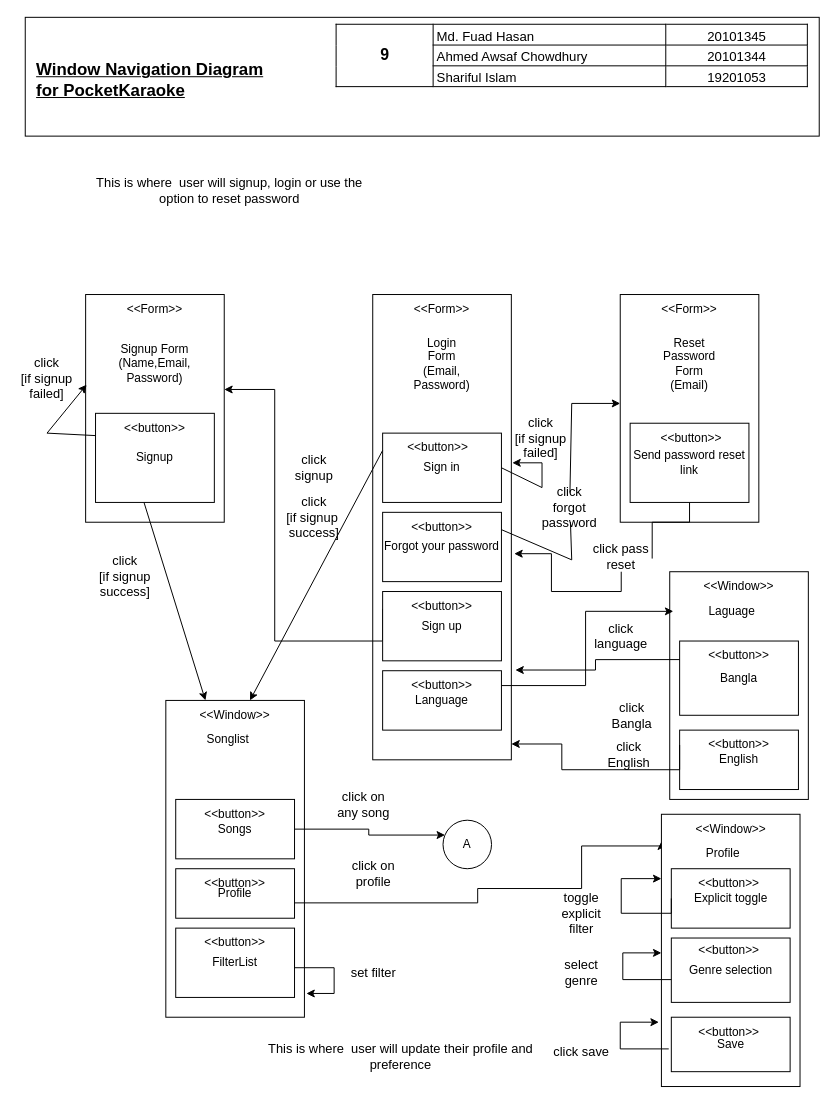
Earlier version of the draw.io diagram page "Page-1" (1 of 2) of System Analysis/PocketKaraoke Window Navigation Diagram.drawio (AwsafChowdhury/PocketKaraoke). Source tidied: cells renumbered, new cells numbered last; positions are measured from the earlier drawing's top-left corner, leaving out a move shared by most shapes. Both pictures are drawn from the tidied source at 99%, with x=0, y=0 at pixel (17, 17).
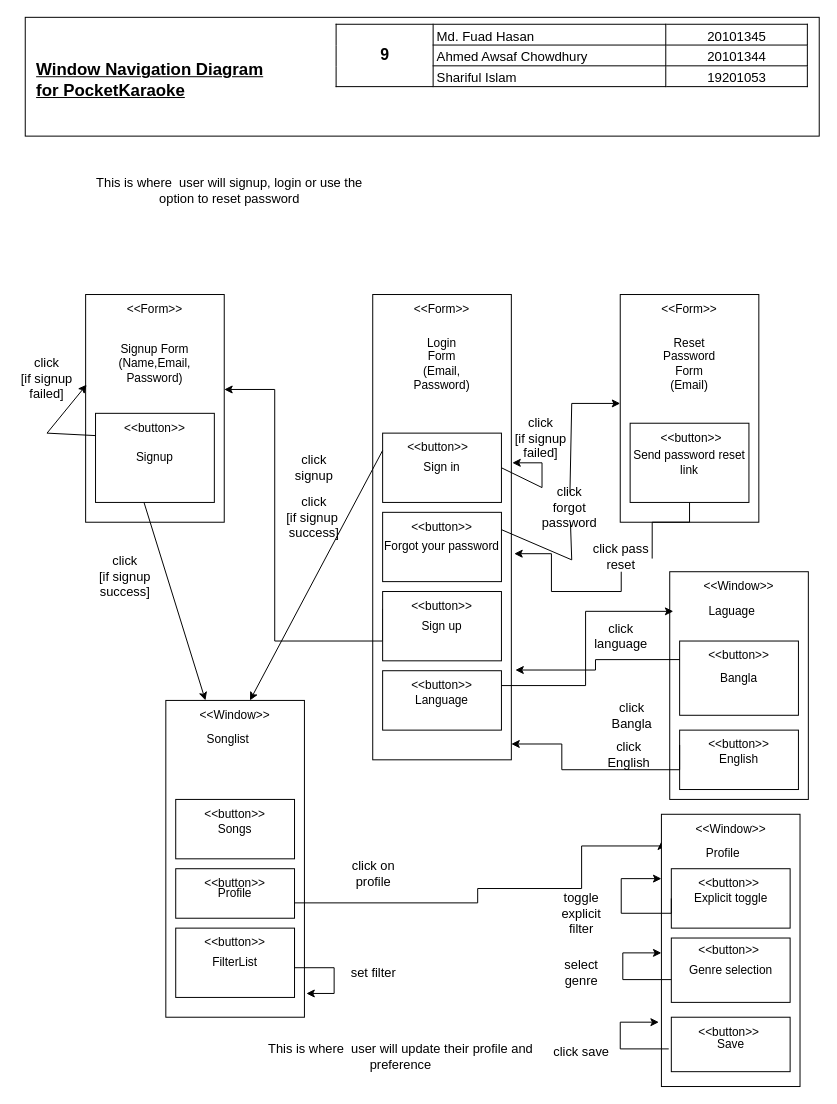
Above is the later version.

Unchanged cells that the change refers to:
```xml
<mxCell id="32" value="Songs" style="rounded=0;whiteSpace=wrap;html=1;" parent="1" vertex="1">
  <mxGeometry x="160" y="790" width="120" height="60" as="geometry" />
</mxCell>
```

The edit, as a diff of the source:
```diff
@@
-    <mxCell id="37" style="edgeStyle=orthogonalEdgeStyle;rounded=0;jettySize=auto;html=1;exitX=1;exitY=0.5;exitDx=0;exitDy=0;entryX=0.041;entryY=0.306;entryDx=0;entryDy=0;entryPerimeter=0;" parent="1" edge="1" source="32" target="38">
-      <mxGeometry relative="1" as="geometry" />
-    </mxCell>
-    <mxCell id="38" value="A" style="ellipse;whiteSpace=wrap;html=1;" parent="1" vertex="1">
-      <mxGeometry x="430" y="811" width="49" height="49" as="geometry" />
-    </mxCell>
@@
-    <mxCell id="63" value="click on any song" style="text;html=1;strokeColor=none;fillColor=none;align=center;verticalAlign=middle;whiteSpace=wrap;rounded=0;fontSize=13;" parent="1" vertex="1">
-      <mxGeometry x="320" y="780" width="60" height="30" as="geometry" />
-    </mxCell>
```
